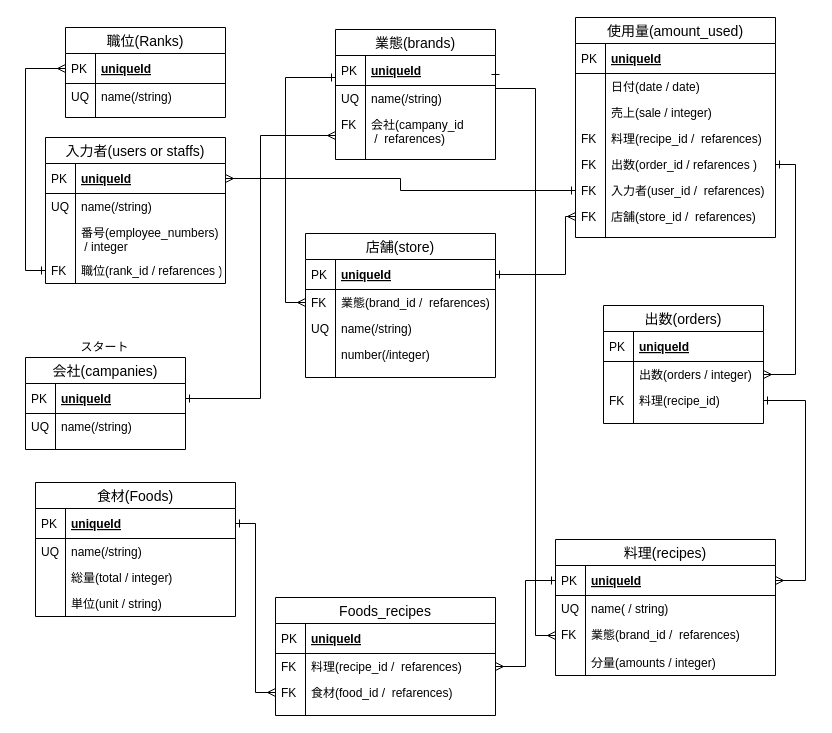
This is usage.drawio from jinbo-0523/usage_calculation, a draw.io file, before an edit. Source tidied: cells renumbered, new cells numbered last; positions are measured from the earlier drawing's top-left corner, leaving out a move shared by most shapes. Both pictures are drawn from the tidied source at 100%, with x=0, y=0 at pixel (25, 17).
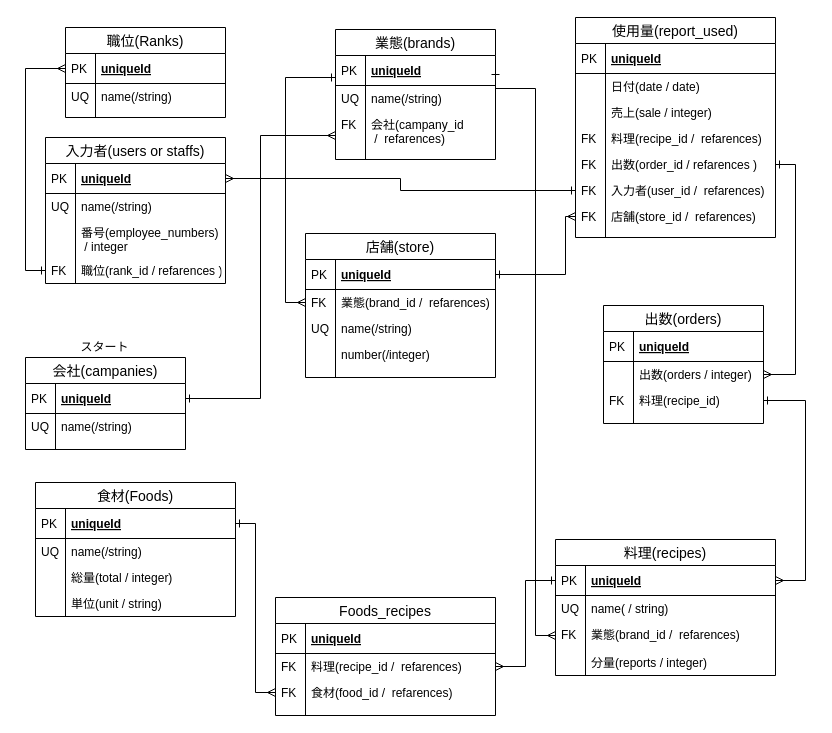
The same diagram, later.

The change refers to these unchanged cells:
```xml
<mxCell id="71" value="料理(recipes)" style="swimlane;fontStyle=0;horizontal=1;startSize=26;align=center;fontSize=14;" parent="1" vertex="1">
  <mxGeometry x="530" y="522" width="220" height="136" as="geometry" />
</mxCell>
```

Change to the diagram source:
```diff
@@
-    <mxCell id="78" value="分量(amounts / integer)" style="shape=partialRectangle;top=0;left=0;right=0;bottom=0;align=left;verticalAlign=top;fillColor=none;spacingLeft=34;spacingRight=4;overflow=hidden;fontSize=12;" parent="71" vertex="1">
+    <mxCell id="78" value="分量(reports / integer)" style="shape=partialRectangle;top=0;left=0;right=0;bottom=0;align=left;verticalAlign=top;fillColor=none;spacingLeft=34;spacingRight=4;overflow=hidden;fontSize=12;" parent="71" vertex="1">
       <mxGeometry y="110" width="220" height="26" as="geometry" />
     </mxCell>
@@
-    <mxCell id="89" value="使用量(amount_used)" style="swimlane;fontStyle=0;horizontal=1;startSize=26;align=center;fontSize=14;" parent="1" vertex="1">
+    <mxCell id="89" value="使用量(report_used)" style="swimlane;fontStyle=0;horizontal=1;startSize=26;align=center;fontSize=14;" parent="1" vertex="1">
       <mxGeometry x="550" width="200" height="220" as="geometry" />
     </mxCell>
```
